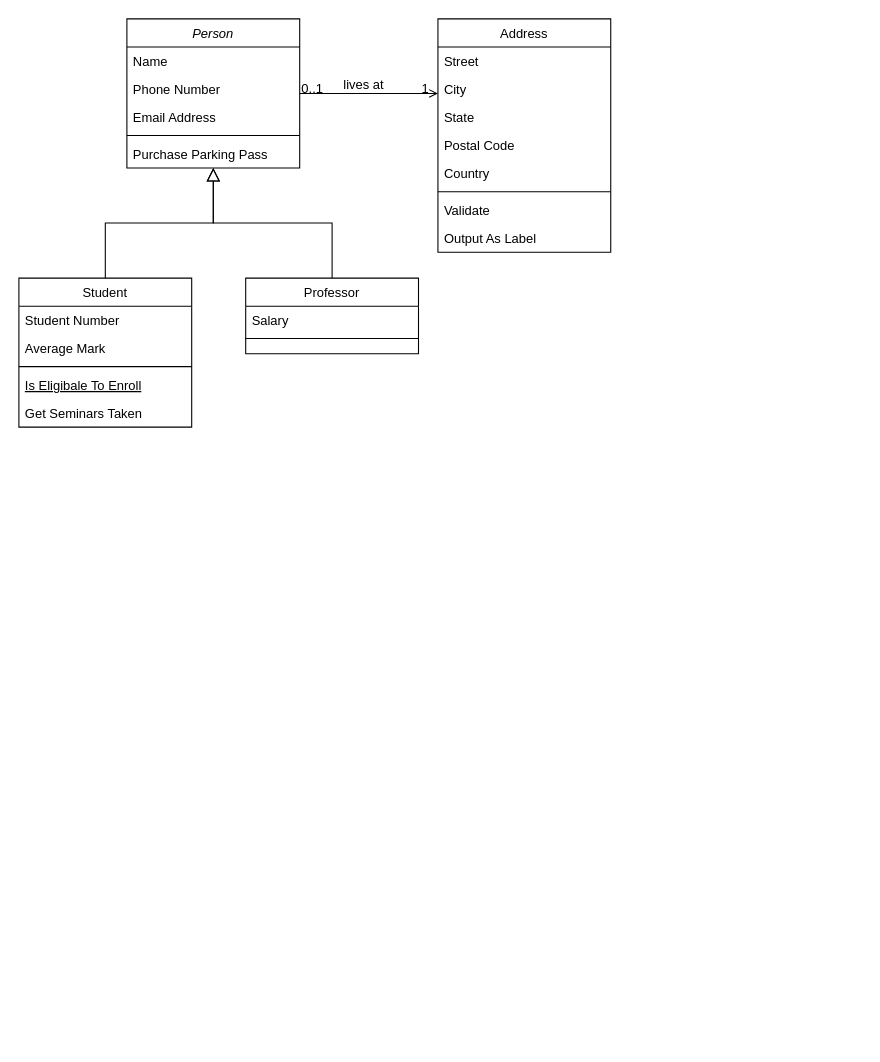
Before: Untitled Diagram.drawio in aurorami1211/heilab, a draw.io diagram. Source tidied: cells renumbered, new cells numbered last; positions are measured from the earlier drawing's top-left corner, leaving out a move shared by most shapes. Both pictures are drawn from the tidied source at 108%, with x=0, y=0 at pixel (18, 18).
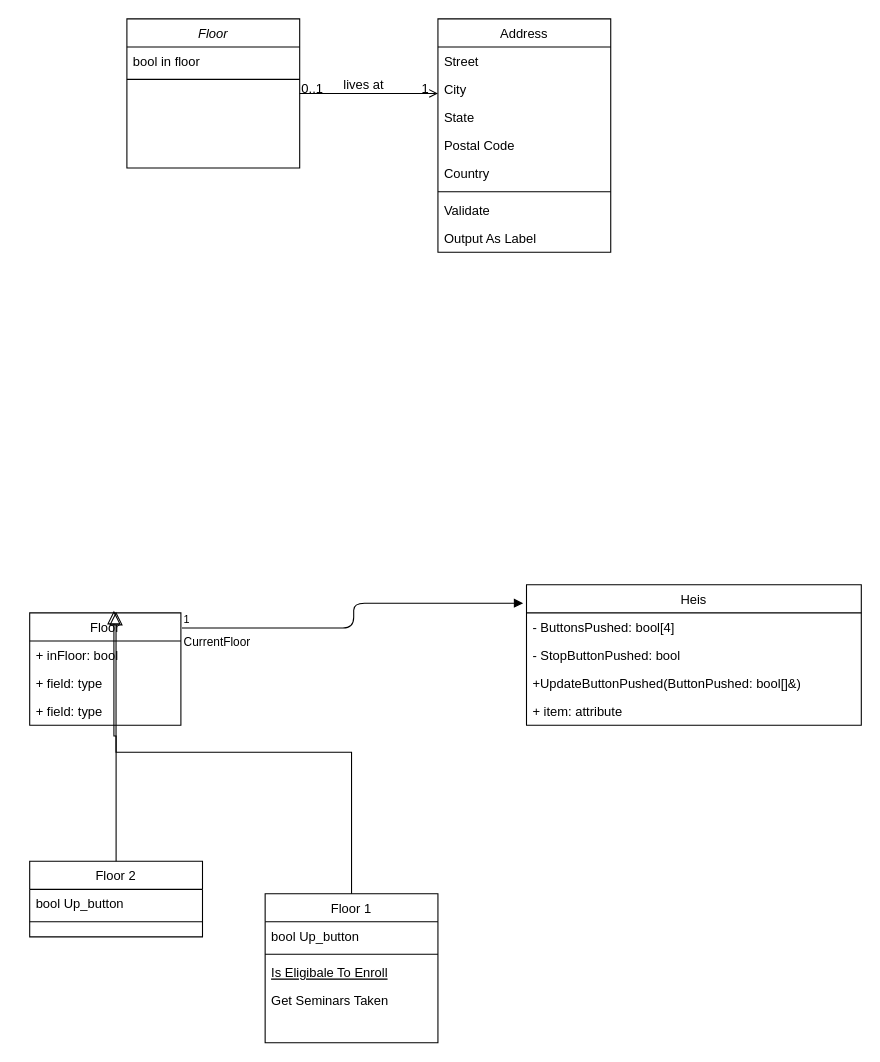
The same diagram, later.

Commit message:
Initialize Classdiagram

Change to the diagram source:
```diff
@@
-    <mxCell id="2" value="Person" style="swimlane;fontStyle=2;align=center;verticalAlign=top;horizontal=1;startSize=26;rounded=0;shadow=0;strokeWidth=1;" parent="1" vertex="1">
+    <mxCell id="2" value="Floor" style="swimlane;fontStyle=2;align=center;verticalAlign=top;horizontal=1;startSize=26;rounded=0;shadow=0;strokeWidth=1;" parent="1" vertex="1">
       <mxGeometry x="100" width="160" height="138" as="geometry" />
     </mxCell>
-    <mxCell id="3" value="Name" style="text;align=left;verticalAlign=top;spacingLeft=4;spacingRight=4;overflow=hidden;" parent="2" vertex="1">
+    <mxCell id="3" value="bool in floor" style="text;align=left;verticalAlign=top;spacingLeft=4;spacingRight=4;overflow=hidden;" parent="2" vertex="1">
       <mxGeometry y="26" width="160" height="26" as="geometry" />
     </mxCell>
-    <mxCell id="4" value="Phone Number" style="text;align=left;verticalAlign=top;spacingLeft=4;spacingRight=4;overflow=hidden;rounded=0;shadow=0;html=0;" parent="2" vertex="1">
-      <mxGeometry y="52" width="160" height="26" as="geometry" />
-    </mxCell>
-    <mxCell id="5" value="Email Address" style="text;align=left;verticalAlign=top;spacingLeft=4;spacingRight=4;overflow=hidden;rounded=0;shadow=0;html=0;" parent="2" vertex="1">
-      <mxGeometry y="78" width="160" height="26" as="geometry" />
-    </mxCell>
     <mxCell id="6" style="line;html=1;strokeWidth=1;align=left;verticalAlign=middle;spacingTop=-1;spacingLeft=3;spacingRight=3;labelPosition=right;" parent="2" vertex="1">
-      <mxGeometry y="104" width="160" height="8" as="geometry" />
+      <mxGeometry y="52" width="160" height="8" as="geometry" />
     </mxCell>
-    <mxCell id="7" value="Purchase Parking Pass" style="text;align=left;verticalAlign=top;spacingLeft=4;spacingRight=4;overflow=hidden;" parent="2" vertex="1">
-      <mxGeometry y="112" width="160" height="26" as="geometry" />
-    </mxCell>
-    <mxCell id="8" value="Student" style="swimlane;fontStyle=0;align=center;verticalAlign=top;horizontal=1;startSize=26;rounded=0;shadow=0;strokeWidth=1;" parent="1" vertex="1">
-      <mxGeometry y="240" width="160" height="138" as="geometry" />
+    <mxCell id="8" value="Floor 1" style="swimlane;fontStyle=0;align=center;verticalAlign=top;horizontal=1;startSize=26;rounded=0;shadow=0;strokeWidth=1;" parent="1" vertex="1">
+      <mxGeometry x="228" y="810" width="160" height="138" as="geometry" />
     </mxCell>
-    <mxCell id="9" value="Student Number" style="text;align=left;verticalAlign=top;spacingLeft=4;spacingRight=4;overflow=hidden;" parent="8" vertex="1">
+    <mxCell id="9" value="bool Up_button" style="text;align=left;verticalAlign=top;spacingLeft=4;spacingRight=4;overflow=hidden;" parent="8" vertex="1">
       <mxGeometry y="26" width="160" height="26" as="geometry" />
     </mxCell>
-    <mxCell id="10" value="Average Mark" style="text;align=left;verticalAlign=top;spacingLeft=4;spacingRight=4;overflow=hidden;rounded=0;shadow=0;html=0;" parent="8" vertex="1">
-      <mxGeometry y="52" width="160" height="26" as="geometry" />
-    </mxCell>
     <mxCell id="11" style="line;html=1;strokeWidth=1;align=left;verticalAlign=middle;spacingTop=-1;spacingLeft=3;spacingRight=3;labelPosition=right;" parent="8" vertex="1">
-      <mxGeometry y="78" width="160" height="8" as="geometry" />
+      <mxGeometry y="52" width="160" height="8" as="geometry" />
     </mxCell>
     <mxCell id="12" value="Is Eligibale To Enroll" style="text;align=left;verticalAlign=top;spacingLeft=4;spacingRight=4;overflow=hidden;fontStyle=4;" parent="8" vertex="1">
-      <mxGeometry y="86" width="160" height="26" as="geometry" />
+      <mxGeometry y="60" width="160" height="26" as="geometry" />
     </mxCell>
     <mxCell id="13" value="Get Seminars Taken" style="text;align=left;verticalAlign=top;spacingLeft=4;spacingRight=4;overflow=hidden;" parent="8" vertex="1">
-      <mxGeometry y="112" width="160" height="26" as="geometry" />
+      <mxGeometry y="86" width="160" height="26" as="geometry" />
     </mxCell>
-    <mxCell id="14" style="endArrow=block;endSize=10;endFill=0;shadow=0;strokeWidth=1;rounded=0;edgeStyle=elbowEdgeStyle;elbow=vertical;" parent="1" edge="1" source="8" target="2">
+    <mxCell id="14" style="endArrow=block;endSize=10;endFill=0;shadow=0;strokeWidth=1;rounded=0;edgeStyle=elbowEdgeStyle;elbow=vertical;entryX=0.571;entryY=-0.01;entryDx=0;entryDy=0;entryPerimeter=0;" parent="1" edge="1" source="8" target="32">
       <mxGeometry relative="1" as="geometry" />
     </mxCell>
-    <mxCell id="15" value="Professor" style="swimlane;fontStyle=0;align=center;verticalAlign=top;horizontal=1;startSize=26;rounded=0;shadow=0;strokeWidth=1;" parent="1" vertex="1">
-      <mxGeometry x="210" y="240" width="160" height="70" as="geometry" />
+    <mxCell id="15" value="Floor 2" style="swimlane;fontStyle=0;align=center;verticalAlign=top;horizontal=1;startSize=26;rounded=0;shadow=0;strokeWidth=1;" parent="1" vertex="1">
+      <mxGeometry x="10" y="780" width="160" height="70" as="geometry" />
     </mxCell>
-    <mxCell id="16" value="Salary" style="text;align=left;verticalAlign=top;spacingLeft=4;spacingRight=4;overflow=hidden;" parent="15" vertex="1">
+    <mxCell id="16" value="bool Up_button" style="text;align=left;verticalAlign=top;spacingLeft=4;spacingRight=4;overflow=hidden;" parent="15" vertex="1">
       <mxGeometry y="26" width="160" height="26" as="geometry" />
     </mxCell>
@@
-    <mxCell id="18" style="endArrow=block;endSize=10;endFill=0;shadow=0;strokeWidth=1;rounded=0;edgeStyle=elbowEdgeStyle;elbow=vertical;" parent="1" edge="1" source="15" target="2">
+    <mxCell id="18" style="endArrow=block;endSize=10;endFill=0;shadow=0;strokeWidth=1;rounded=0;edgeStyle=elbowEdgeStyle;elbow=vertical;entryX=0.557;entryY=-0.019;entryDx=0;entryDy=0;entryPerimeter=0;" parent="1" edge="1" source="15" target="32">
       <mxGeometry relative="1" as="geometry" />
     </mxCell>
@@
+    <mxCell id="32" value="Floor" style="swimlane;fontStyle=0;horizontal=1;startSize=26;fillColor=none;" parent="1" vertex="1">
+      <mxGeometry x="10" y="550" width="140" height="104" as="geometry" />
+    </mxCell>
+    <mxCell id="33" value="+ inFloor: bool" style="text;strokeColor=none;fillColor=none;align=left;verticalAlign=top;spacingLeft=4;spacingRight=4;overflow=hidden;" parent="32" vertex="1">
+      <mxGeometry y="26" width="140" height="26" as="geometry" />
+    </mxCell>
+    <mxCell id="34" value="+ field: type" style="text;strokeColor=none;fillColor=none;align=left;verticalAlign=top;spacingLeft=4;spacingRight=4;overflow=hidden;" parent="32" vertex="1">
+      <mxGeometry y="52" width="140" height="26" as="geometry" />
+    </mxCell>
+    <mxCell id="35" value="+ field: type" style="text;strokeColor=none;fillColor=none;align=left;verticalAlign=top;spacingLeft=4;spacingRight=4;overflow=hidden;" parent="32" vertex="1">
+      <mxGeometry y="78" width="140" height="26" as="geometry" />
+    </mxCell>
+    <mxCell id="36" value="Heis" style="swimlane;fontStyle=0;horizontal=1;startSize=26;fillColor=none;" parent="1" vertex="1">
+      <mxGeometry x="470" y="524" width="310" height="130" as="geometry" />
+    </mxCell>
+    <mxCell id="37" value="- ButtonsPushed: bool[4]" style="text;strokeColor=none;fillColor=none;align=left;verticalAlign=top;spacingLeft=4;spacingRight=4;overflow=hidden;" parent="36" vertex="1">
+      <mxGeometry y="26" width="310" height="26" as="geometry" />
+    </mxCell>
+    <mxCell id="38" value="- StopButtonPushed: bool" style="text;strokeColor=none;fillColor=none;align=left;verticalAlign=top;spacingLeft=4;spacingRight=4;overflow=hidden;" parent="36" vertex="1">
+      <mxGeometry y="52" width="310" height="26" as="geometry" />
+    </mxCell>
+    <mxCell id="39" value="+UpdateButtonPushed(ButtonPushed: bool[]&amp;)" style="text;strokeColor=none;fillColor=none;align=left;verticalAlign=top;spacingLeft=4;spacingRight=4;overflow=hidden;" parent="36" vertex="1">
+      <mxGeometry y="78" width="310" height="26" as="geometry" />
+    </mxCell>
+    <mxCell id="40" value="+ item: attribute" style="text;strokeColor=none;fillColor=none;align=left;verticalAlign=top;spacingLeft=4;spacingRight=4;overflow=hidden;" parent="36" vertex="1">
+      <mxGeometry y="104" width="310" height="26" as="geometry" />
+    </mxCell>
+    <mxCell id="41" value="CurrentFloor" style="endArrow=block;endFill=1;html=1;edgeStyle=orthogonalEdgeStyle;align=left;verticalAlign=top;exitX=1.007;exitY=0.135;exitDx=0;exitDy=0;exitPerimeter=0;entryX=-0.01;entryY=0.131;entryDx=0;entryDy=0;entryPerimeter=0;" parent="1" edge="1" source="32" target="36">
+      <mxGeometry x="-1" relative="1" as="geometry" />
+    </mxCell>
+    <mxCell id="42" value="1" style="html=1;align=left;verticalAlign=bottom;labelBackgroundColor=#ffffff;fontSize=10;" parent="41" vertex="1">
+      <mxGeometry x="-1" relative="1" as="geometry" />
+    </mxCell>
```
